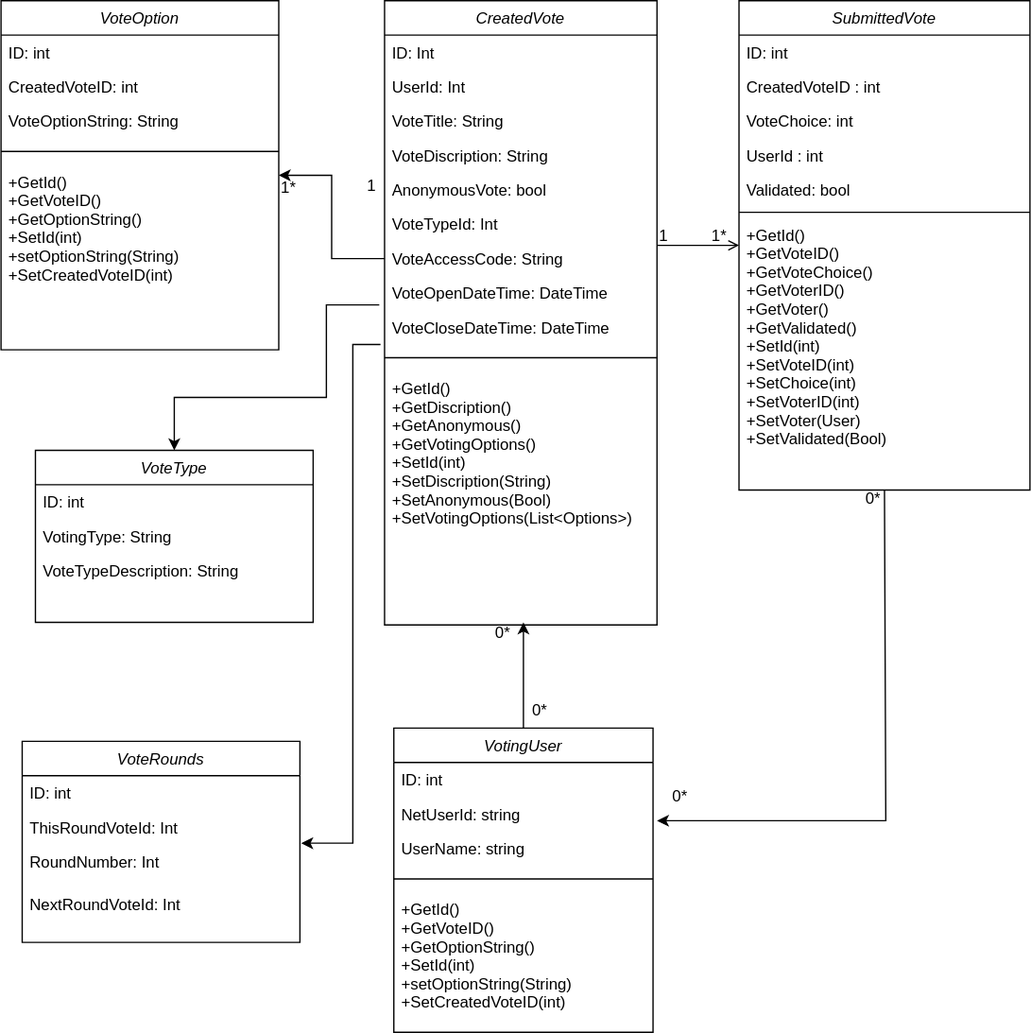
Above: docs/ProjectManagement/Modeling/VA-59/VotingAppClassDiagarm.drawio.svg in vincenowell4/KSV-Software (draw.io), before the change. Source tidied: cells renumbered, new cells last; positions are measured from the earlier drawing's top-left corner, leaving out a move shared by most shapes. Source of this version:
```xml
<mxGraphModel>
  <root>
    <mxCell id="0" />
    <mxCell id="1" parent="0" />
    <mxCell id="2" style="edgeStyle=orthogonalEdgeStyle;rounded=0;jettySize=auto;html=1;entryX=1;entryY=0.5;entryDx=0;entryDy=0;exitX=0;exitY=0.5;exitDx=0;exitDy=0;" parent="1" edge="1" source="10" target="26">
      <mxGeometry relative="1" as="geometry" />
    </mxCell>
    <mxCell id="3" value="CreatedVote" style="swimlane;fontStyle=2;align=center;verticalAlign=top;horizontal=1;startSize=26;rounded=0;shadow=0;strokeWidth=1;" parent="1" vertex="1">
      <mxGeometry x="290" width="206" height="472" as="geometry" />
    </mxCell>
    <mxCell id="4" value="ID: Int" style="text;align=left;verticalAlign=top;spacingLeft=4;spacingRight=4;overflow=hidden;" parent="3" vertex="1">
      <mxGeometry y="26" width="206" height="26" as="geometry" />
    </mxCell>
    <mxCell id="5" value="UserId: Int" style="text;align=left;verticalAlign=top;spacingLeft=4;spacingRight=4;overflow=hidden;rounded=0;shadow=0;html=0;" parent="3" vertex="1">
      <mxGeometry y="52" width="206" height="26" as="geometry" />
    </mxCell>
    <mxCell id="6" value="VoteTitle: String" style="text;align=left;verticalAlign=top;spacingLeft=4;spacingRight=4;overflow=hidden;rounded=0;shadow=0;html=0;" parent="3" vertex="1">
      <mxGeometry y="78" width="206" height="26" as="geometry" />
    </mxCell>
    <mxCell id="7" value="VoteDiscription: String" style="text;align=left;verticalAlign=top;spacingLeft=4;spacingRight=4;overflow=hidden;rounded=0;shadow=0;html=0;" parent="3" vertex="1">
      <mxGeometry y="104" width="206" height="26" as="geometry" />
    </mxCell>
    <mxCell id="8" value="AnonymousVote: bool" style="text;align=left;verticalAlign=top;spacingLeft=4;spacingRight=4;overflow=hidden;rounded=0;shadow=0;html=0;" parent="3" vertex="1">
      <mxGeometry y="130" width="206" height="26" as="geometry" />
    </mxCell>
    <mxCell id="9" value="VoteTypeId: Int" style="text;align=left;verticalAlign=top;spacingLeft=4;spacingRight=4;overflow=hidden;rounded=0;shadow=0;html=0;" parent="3" vertex="1">
      <mxGeometry y="156" width="206" height="26" as="geometry" />
    </mxCell>
    <mxCell id="10" value="VoteAccessCode: String" style="text;align=left;verticalAlign=top;spacingLeft=4;spacingRight=4;overflow=hidden;points=[[0,0.5],[1,0.5]];portConstraint=eastwest;rounded=0;shadow=0;html=0;" parent="3" vertex="1">
      <mxGeometry y="182" width="206" height="26" as="geometry" />
    </mxCell>
    <mxCell id="11" value="VoteOpenDateTime: DateTime" style="text;align=left;verticalAlign=top;spacingLeft=4;spacingRight=4;overflow=hidden;rounded=0;shadow=0;html=0;" parent="3" vertex="1">
      <mxGeometry y="208" width="206" height="26" as="geometry" />
    </mxCell>
    <mxCell id="12" value="VoteCloseDateTime: DateTime" style="text;align=left;verticalAlign=top;spacingLeft=4;spacingRight=4;overflow=hidden;points=[[0,0.5],[1,0.5]];portConstraint=eastwest;rounded=0;shadow=0;html=0;" parent="3" vertex="1">
      <mxGeometry y="234" width="206" height="26" as="geometry" />
    </mxCell>
    <mxCell id="13" style="line;html=1;strokeWidth=1;align=left;verticalAlign=middle;spacingTop=-1;spacingLeft=3;spacingRight=3;labelPosition=right;" parent="3" vertex="1">
      <mxGeometry y="260" width="206" height="20" as="geometry" />
    </mxCell>
    <mxCell id="14" value="+GetId()&#10;+GetDiscription()&#10;+GetAnonymous()&#10;+GetVotingOptions()&#10;+SetId(int)&#10;+SetDiscription(String)&#10;+SetAnonymous(Bool)&#10;+SetVotingOptions(List&lt;Options&gt;)&#10;&#10;" style="text;align=left;verticalAlign=top;spacingLeft=4;spacingRight=4;overflow=hidden;rounded=0;shadow=0;html=0;" parent="3" vertex="1">
      <mxGeometry y="280" width="206" height="140" as="geometry" />
    </mxCell>
    <mxCell id="15" value="SubmittedVote" style="swimlane;fontStyle=2;align=center;verticalAlign=top;horizontal=1;startSize=26;rounded=0;shadow=0;strokeWidth=1;" parent="1" vertex="1">
      <mxGeometry x="558" width="220" height="370" as="geometry" />
    </mxCell>
    <mxCell id="16" value="ID: int" style="text;align=left;verticalAlign=top;spacingLeft=4;spacingRight=4;overflow=hidden;" parent="15" vertex="1">
      <mxGeometry y="26" width="220" height="26" as="geometry" />
    </mxCell>
    <mxCell id="17" value="CreatedVoteID : int" style="text;align=left;verticalAlign=top;spacingLeft=4;spacingRight=4;overflow=hidden;rounded=0;shadow=0;html=0;" parent="15" vertex="1">
      <mxGeometry y="52" width="220" height="26" as="geometry" />
    </mxCell>
    <mxCell id="18" value="VoteChoice: int" style="text;align=left;verticalAlign=top;spacingLeft=4;spacingRight=4;overflow=hidden;rounded=0;shadow=0;html=0;" parent="15" vertex="1">
      <mxGeometry y="78" width="220" height="26" as="geometry" />
    </mxCell>
    <mxCell id="19" value="UserId : int" style="text;align=left;verticalAlign=top;spacingLeft=4;spacingRight=4;overflow=hidden;rounded=0;shadow=0;html=0;" parent="15" vertex="1">
      <mxGeometry y="104" width="220" height="26" as="geometry" />
    </mxCell>
    <mxCell id="20" value="Validated: bool" style="text;align=left;verticalAlign=top;spacingLeft=4;spacingRight=4;overflow=hidden;rounded=0;shadow=0;html=0;" parent="15" vertex="1">
      <mxGeometry y="130" width="220" height="26" as="geometry" />
    </mxCell>
    <mxCell id="21" style="line;html=1;strokeWidth=1;align=left;verticalAlign=middle;spacingTop=-1;spacingLeft=3;spacingRight=3;labelPosition=right;" parent="15" vertex="1">
      <mxGeometry y="156" width="220" height="8" as="geometry" />
    </mxCell>
    <mxCell id="22" value="+GetId()&#10;+GetVoteID()&#10;+GetVoteChoice()&#10;+GetVoterID()&#10;+GetVoter()&#10;+GetValidated()&#10;+SetId(int)&#10;+SetVoteID(int)&#10;+SetChoice(int)&#10;+SetVoterID(int)&#10;+SetVoter(User)&#10;+SetValidated(Bool)&#10;&#10;" style="text;align=left;verticalAlign=top;spacingLeft=4;spacingRight=4;overflow=hidden;rounded=0;shadow=0;html=0;" parent="15" vertex="1">
      <mxGeometry y="164" width="220" height="180" as="geometry" />
    </mxCell>
    <mxCell id="23" style="endArrow=open;shadow=0;strokeWidth=1;rounded=0;endFill=1;edgeStyle=elbowEdgeStyle;elbow=vertical;" parent="1" edge="1" source="3" target="15">
      <mxGeometry x="0.5" y="41" relative="1" as="geometry">
        <mxPoint x="-40" y="32" as="offset" />
      </mxGeometry>
    </mxCell>
    <mxCell id="24" value="1" style="align=left;verticalAlign=bottom;labelBackgroundColor=none;fontSize=12;" parent="23" vertex="1">
      <mxGeometry x="-1" relative="1" as="geometry">
        <mxPoint y="1" as="offset" />
      </mxGeometry>
    </mxCell>
    <mxCell id="25" value="1*" style="align=right;verticalAlign=bottom;labelBackgroundColor=none;fontSize=12;" parent="23" vertex="1">
      <mxGeometry x="1" relative="1" as="geometry">
        <mxPoint x="-8" y="1" as="offset" />
      </mxGeometry>
    </mxCell>
    <mxCell id="26" value="VoteOption" style="swimlane;fontStyle=2;align=center;verticalAlign=top;horizontal=1;startSize=26;rounded=0;shadow=0;strokeWidth=1;" parent="1" vertex="1">
      <mxGeometry width="210" height="264" as="geometry" />
    </mxCell>
    <mxCell id="27" value="ID: int" style="text;align=left;verticalAlign=top;spacingLeft=4;spacingRight=4;overflow=hidden;" parent="26" vertex="1">
      <mxGeometry y="26" width="210" height="26" as="geometry" />
    </mxCell>
    <mxCell id="28" value="CreatedVoteID: int" style="text;align=left;verticalAlign=top;spacingLeft=4;spacingRight=4;overflow=hidden;" parent="26" vertex="1">
      <mxGeometry y="52" width="210" height="26" as="geometry" />
    </mxCell>
    <mxCell id="29" value="VoteOptionString: String" style="text;align=left;verticalAlign=top;spacingLeft=4;spacingRight=4;overflow=hidden;rounded=0;shadow=0;html=0;" parent="26" vertex="1">
      <mxGeometry y="78" width="210" height="26" as="geometry" />
    </mxCell>
    <mxCell id="30" style="line;html=1;strokeWidth=1;align=left;verticalAlign=middle;spacingTop=-1;spacingLeft=3;spacingRight=3;labelPosition=right;" parent="26" vertex="1">
      <mxGeometry y="104" width="210" height="20" as="geometry" />
    </mxCell>
    <mxCell id="31" value="+GetId()&#10;+GetVoteID()&#10;+GetOptionString()&#10;+SetId(int)&#10;+setOptionString(String)&#10;+SetCreatedVoteID(int)&#10;&#10;&#10;" style="text;align=left;verticalAlign=top;spacingLeft=4;spacingRight=4;overflow=hidden;rounded=0;shadow=0;html=0;" parent="26" vertex="1">
      <mxGeometry y="124" width="210" height="140" as="geometry" />
    </mxCell>
    <mxCell id="32" value="1*" style="align=left;verticalAlign=bottom;labelBackgroundColor=none;fontSize=12;" parent="1" vertex="1">
      <mxGeometry x="210" y="150" as="geometry" />
    </mxCell>
    <mxCell id="33" value="1" style="text;html=1;align=center;verticalAlign=middle;strokeColor=none;fillColor=none;" parent="1" vertex="1">
      <mxGeometry x="270" y="130" width="20" height="20" as="geometry" />
    </mxCell>
    <mxCell id="34" value="VotingUser" style="swimlane;fontStyle=2;align=center;verticalAlign=top;horizontal=1;startSize=26;rounded=0;shadow=0;strokeWidth=1;" parent="1" vertex="1">
      <mxGeometry x="297" y="550" width="196" height="230" as="geometry" />
    </mxCell>
    <mxCell id="35" value="ID: int" style="text;align=left;verticalAlign=top;spacingLeft=4;spacingRight=4;overflow=hidden;" parent="34" vertex="1">
      <mxGeometry y="26" width="196" height="26" as="geometry" />
    </mxCell>
    <mxCell id="36" value="NetUserId: string" style="text;align=left;verticalAlign=top;spacingLeft=4;spacingRight=4;overflow=hidden;" parent="34" vertex="1">
      <mxGeometry y="52" width="196" height="26" as="geometry" />
    </mxCell>
    <mxCell id="37" value="UserName: string" style="text;align=left;verticalAlign=top;spacingLeft=4;spacingRight=4;overflow=hidden;" parent="34" vertex="1">
      <mxGeometry y="78" width="196" height="26" as="geometry" />
    </mxCell>
    <mxCell id="38" style="line;html=1;strokeWidth=1;align=left;verticalAlign=middle;spacingTop=-1;spacingLeft=3;spacingRight=3;labelPosition=right;" parent="34" vertex="1">
      <mxGeometry y="104" width="196" height="20" as="geometry" />
    </mxCell>
    <mxCell id="39" value="+GetId()&#10;+GetVoteID()&#10;+GetOptionString()&#10;+SetId(int)&#10;+setOptionString(String)&#10;+SetCreatedVoteID(int)&#10;&#10;&#10;" style="text;align=left;verticalAlign=top;spacingLeft=4;spacingRight=4;overflow=hidden;rounded=0;shadow=0;html=0;" parent="34" vertex="1">
      <mxGeometry y="124" width="196" height="96" as="geometry" />
    </mxCell>
    <mxCell id="40" style="endArrow=classic;html=1;rounded=0;exitX=0.5;exitY=1;exitDx=0;exitDy=0;" parent="1" edge="1" source="15">
      <mxGeometry relative="1" as="geometry">
        <mxPoint x="496" y="620" as="targetPoint" />
        <Array as="points">
          <mxPoint x="669" y="620" />
        </Array>
      </mxGeometry>
    </mxCell>
    <mxCell id="41" value="0*" style="align=left;verticalAlign=bottom;labelBackgroundColor=none;fontSize=12;" parent="1" vertex="1">
      <mxGeometry x="506" y="610" as="geometry" />
    </mxCell>
    <mxCell id="42" value="0*" style="align=left;verticalAlign=bottom;labelBackgroundColor=none;fontSize=12;" parent="1" vertex="1">
      <mxGeometry x="646" y="370" as="geometry">
        <mxPoint x="6" y="15" as="offset" />
      </mxGeometry>
    </mxCell>
    <mxCell id="43" style="endArrow=classic;html=1;rounded=0;exitX=0.5;exitY=0;exitDx=0;exitDy=0;" parent="1" edge="1" source="34">
      <mxGeometry relative="1" as="geometry">
        <mxPoint x="395" y="470" as="targetPoint" />
      </mxGeometry>
    </mxCell>
    <mxCell id="44" value="0*" style="align=left;verticalAlign=bottom;labelBackgroundColor=none;fontSize=12;" parent="1" vertex="1">
      <mxGeometry x="406" y="370" as="geometry">
        <mxPoint x="-6" y="175" as="offset" />
      </mxGeometry>
    </mxCell>
    <mxCell id="45" value="0*" style="align=left;verticalAlign=bottom;labelBackgroundColor=none;fontSize=12;" parent="1" vertex="1">
      <mxGeometry x="646" y="540" as="geometry">
        <mxPoint x="-274" y="-54" as="offset" />
      </mxGeometry>
    </mxCell>
    <mxCell id="46" value="VoteType" style="swimlane;fontStyle=2;align=center;verticalAlign=top;horizontal=1;startSize=26;rounded=0;shadow=0;strokeWidth=1;" parent="1" vertex="1">
      <mxGeometry x="26" y="340" width="210" height="130" as="geometry" />
    </mxCell>
    <mxCell id="47" value="ID: int" style="text;align=left;verticalAlign=top;spacingLeft=4;spacingRight=4;overflow=hidden;" parent="46" vertex="1">
      <mxGeometry y="26" width="210" height="26" as="geometry" />
    </mxCell>
    <mxCell id="48" value="VotingType: String" style="text;align=left;verticalAlign=top;spacingLeft=4;spacingRight=4;overflow=hidden;" parent="46" vertex="1">
      <mxGeometry y="52" width="210" height="26" as="geometry" />
    </mxCell>
    <mxCell id="49" value="VoteTypeDescription: String" style="text;align=left;verticalAlign=top;spacingLeft=4;spacingRight=4;overflow=hidden;rounded=0;shadow=0;html=0;" parent="46" vertex="1">
      <mxGeometry y="78" width="210" height="52" as="geometry" />
    </mxCell>
    <mxCell id="50" style="edgeStyle=orthogonalEdgeStyle;rounded=0;jettySize=auto;html=1;" parent="1" edge="1" target="46">
      <mxGeometry relative="1" as="geometry">
        <mxPoint x="286" y="230" as="sourcePoint" />
        <Array as="points">
          <mxPoint x="246" y="230" />
          <mxPoint x="246" y="300" />
          <mxPoint x="131" y="300" />
        </Array>
      </mxGeometry>
    </mxCell>
    <mxCell id="51" value="VoteRounds" style="swimlane;fontStyle=2;align=center;verticalAlign=top;horizontal=1;startSize=26;rounded=0;shadow=0;strokeWidth=1;" parent="1" vertex="1">
      <mxGeometry x="16" y="560" width="210" height="152" as="geometry" />
    </mxCell>
    <mxCell id="52" value="ID: int" style="text;align=left;verticalAlign=top;spacingLeft=4;spacingRight=4;overflow=hidden;" parent="51" vertex="1">
      <mxGeometry y="26" width="210" height="26" as="geometry" />
    </mxCell>
    <mxCell id="53" value="ThisRoundVoteId: Int" style="text;align=left;verticalAlign=top;spacingLeft=4;spacingRight=4;overflow=hidden;" parent="51" vertex="1">
      <mxGeometry y="52" width="210" height="26" as="geometry" />
    </mxCell>
    <mxCell id="54" value="RoundNumber: Int" style="text;align=left;verticalAlign=top;spacingLeft=4;spacingRight=4;overflow=hidden;rounded=0;shadow=0;html=0;" parent="51" vertex="1">
      <mxGeometry y="78" width="210" height="32" as="geometry" />
    </mxCell>
    <mxCell id="55" value="NextRoundVoteId: Int" style="text;align=left;verticalAlign=top;spacingLeft=4;spacingRight=4;overflow=hidden;rounded=0;shadow=0;html=0;" parent="51" vertex="1">
      <mxGeometry y="110" width="210" height="42" as="geometry" />
    </mxCell>
    <mxCell id="56" style="edgeStyle=orthogonalEdgeStyle;rounded=0;jettySize=auto;html=1;exitX=-0.015;exitY=1;exitDx=0;exitDy=0;exitPerimeter=0;" parent="1" edge="1" source="12">
      <mxGeometry relative="1" as="geometry">
        <mxPoint x="227" y="637" as="targetPoint" />
        <Array as="points">
          <mxPoint x="266" y="260" />
          <mxPoint x="266" y="637" />
        </Array>
      </mxGeometry>
    </mxCell>
  </root>
</mxGraphModel>
```
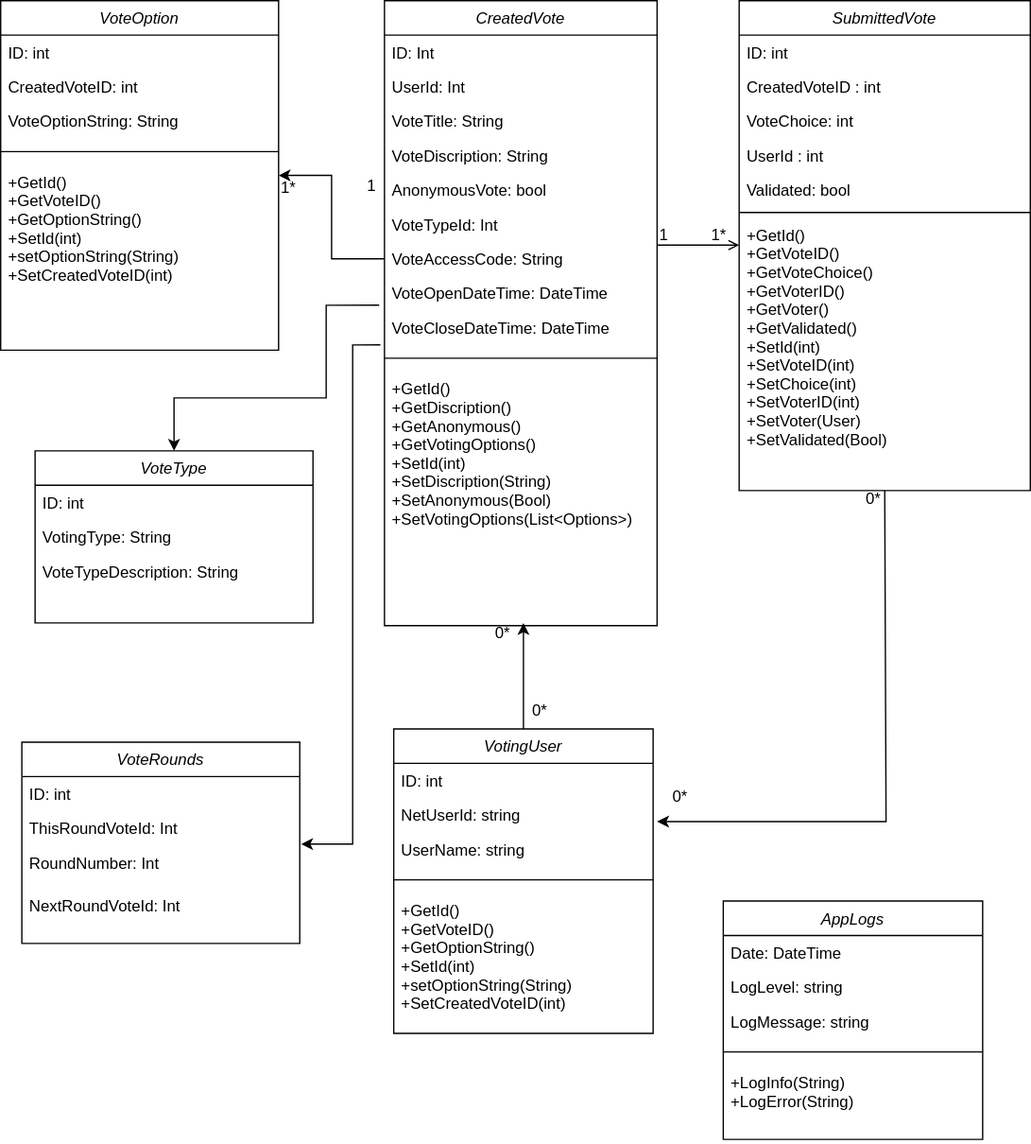
Above is the later version.

Change to the diagram source:
```diff
@@ -199,5 +199,23 @@
         </Array>
       </mxGeometry>
     </mxCell>
+    <mxCell id="57" value="AppLogs" style="swimlane;fontStyle=2;align=center;verticalAlign=top;horizontal=1;startSize=26;rounded=0;shadow=0;strokeWidth=1;" parent="1" vertex="1">
+      <mxGeometry x="546" y="680" width="196" height="180" as="geometry" />
+    </mxCell>
+    <mxCell id="58" value="Date: DateTime " style="text;align=left;verticalAlign=top;spacingLeft=4;spacingRight=4;overflow=hidden;" parent="57" vertex="1">
+      <mxGeometry y="26" width="196" height="26" as="geometry" />
+    </mxCell>
+    <mxCell id="59" value="LogLevel: string" style="text;align=left;verticalAlign=top;spacingLeft=4;spacingRight=4;overflow=hidden;" parent="57" vertex="1">
+      <mxGeometry y="52" width="196" height="26" as="geometry" />
+    </mxCell>
+    <mxCell id="60" value="LogMessage: string" style="text;align=left;verticalAlign=top;spacingLeft=4;spacingRight=4;overflow=hidden;" parent="57" vertex="1">
+      <mxGeometry y="78" width="196" height="26" as="geometry" />
+    </mxCell>
+    <mxCell id="61" style="line;html=1;strokeWidth=1;align=left;verticalAlign=middle;spacingTop=-1;spacingLeft=3;spacingRight=3;labelPosition=right;" parent="57" vertex="1">
+      <mxGeometry y="104" width="196" height="20" as="geometry" />
+    </mxCell>
+    <mxCell id="62" value="+LogInfo(String)&#10;+LogError(String)&#10;&#10;" style="text;align=left;verticalAlign=top;spacingLeft=4;spacingRight=4;overflow=hidden;rounded=0;shadow=0;html=0;" parent="57" vertex="1">
+      <mxGeometry y="124" width="196" height="56" as="geometry" />
+    </mxCell>
   </root>
 </mxGraphModel>
```
